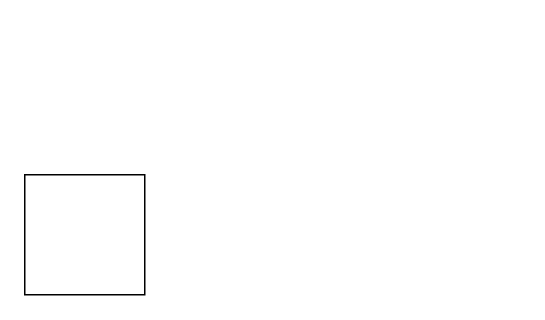
Double1996/learn-code keeps this draw.io diagram as 未命名绘图.drawio. Above is the earlier version. Source tidied: cells renumbered, new cells numbered last; positions are measured from the earlier drawing's top-left corner, leaving out a move shared by most shapes. Both pictures are drawn from the tidied source at 150%, with x=0, y=0 at pixel (24, 174).
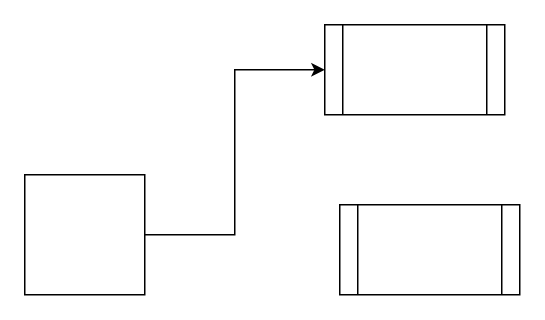
After the change.

Commit message:
更新未命名绘图.drawio

Diff of the diagram source:
```diff
@@
 <mxGraphModel>
   <root>
     <mxCell id="0" />
     <mxCell id="1" parent="0" />
+    <mxCell id="3" style="edgeStyle=orthogonalEdgeStyle;rounded=0;jettySize=auto;html=1;entryX=0;entryY=0.5;entryDx=0;entryDy=0;" parent="1" edge="1" source="2" target="4">
+      <mxGeometry relative="1" as="geometry" />
+    </mxCell>
     <mxCell id="2" style="whiteSpace=wrap;html=1;" parent="1" vertex="1">
       <mxGeometry width="80" height="80" as="geometry" />
     </mxCell>
+    <mxCell id="4" style="shape=process;whiteSpace=wrap;html=1;backgroundOutline=1;" parent="1" vertex="1">
+      <mxGeometry x="200" y="-100" width="120" height="60" as="geometry" />
+    </mxCell>
+    <mxCell id="5" style="shape=process;whiteSpace=wrap;html=1;backgroundOutline=1;" parent="1" vertex="1">
+      <mxGeometry x="210" y="20" width="120" height="60" as="geometry" />
+    </mxCell>
   </root>
 </mxGraphModel>
```
